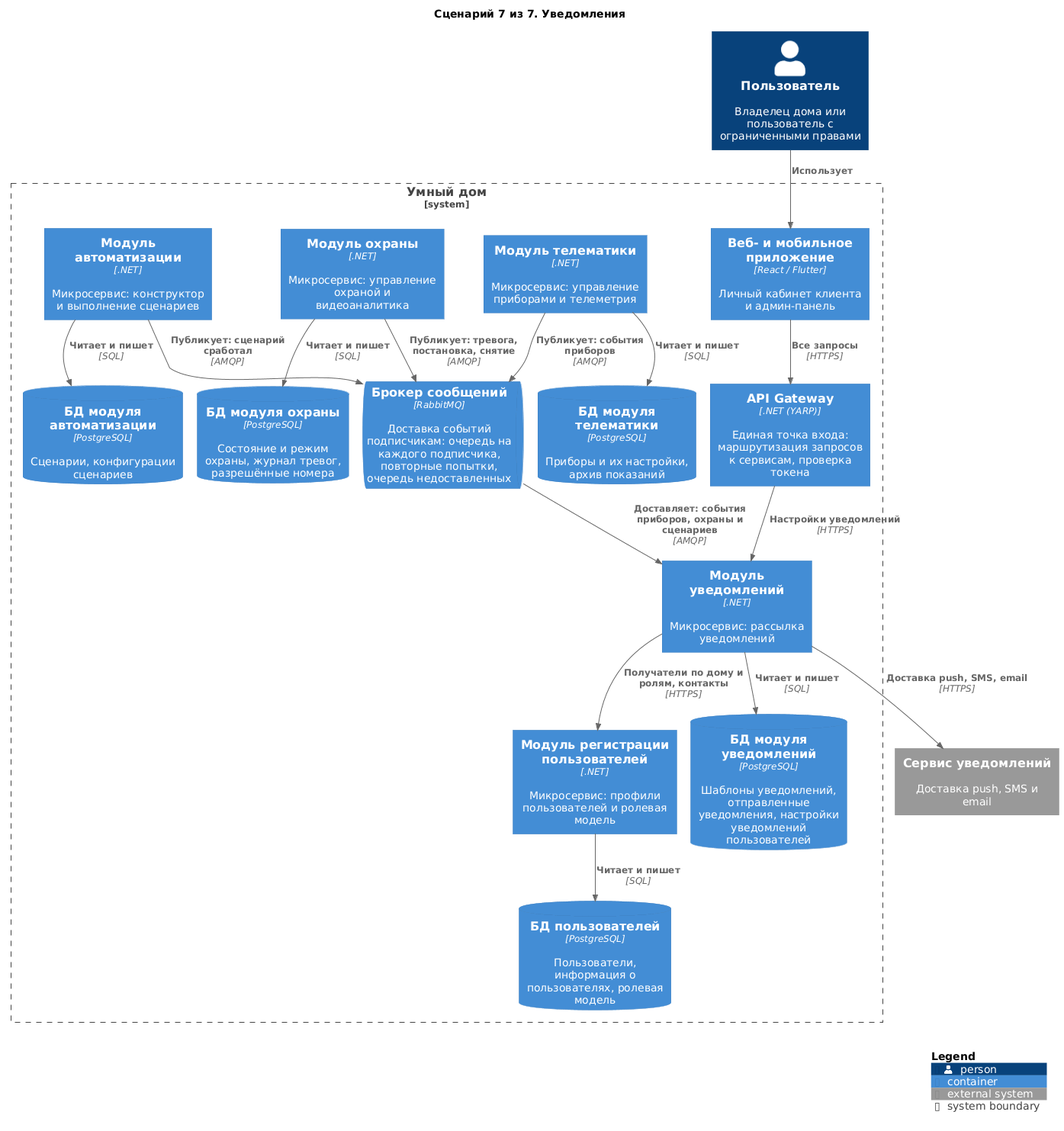
This is diagrams/containers-scenarios/07-notifications.png from Lyamin-av/architecture-warmhouse, a PlantUML export, as it was before one commit. The source it was exported from:
```plantuml
@startuml 07-notifications
!include <C4/C4_Container>

title Сценарий 7 из 7. Уведомления

Person(user, "Пользователь", "Владелец дома или пользователь с ограниченными правами")

System_Boundary(Warmhouse, "Умный дом") {
    Container(apps, "Веб- и мобильное приложение", "React / Flutter", "Личный кабинет клиента и админ-панель")
    Container(Gateway, "API Gateway", ".NET (YARP)", "Единая точка входа: маршрутизация запросов к сервисам, проверка токена")
    Container(Notification, "Модуль уведомлений", ".NET", "Микросервис: рассылка уведомлений")
    Container(Users, "Модуль регистрации пользователей", ".NET", "Микросервис: профили пользователей и ролевая модель")
    ContainerQueue(Broker, "Брокер сообщений", "RabbitMQ", "Доставка событий подписчикам: очередь на каждого подписчика, повторные попытки, очередь недоставленных")
    Container(Telematics, "Модуль телематики", ".NET", "Микросервис: управление приборами и телеметрия")
    Container(Security, "Модуль охраны", ".NET", "Микросервис: управление охраной и видеоаналитика")
    Container(Automation, "Модуль автоматизации", ".NET", "Микросервис: конструктор и выполнение сценариев")
    ContainerDb(dbSecurity, "БД модуля охраны", "PostgreSQL", "Состояние и режим охраны, журнал тревог, разрешённые номера")
    ContainerDb(dbTelematics, "БД модуля телематики", "PostgreSQL", "Приборы и их настройки, архив показаний")
    ContainerDb(dbAuto, "БД модуля автоматизации", "PostgreSQL", "Сценарии, конфигурации сценариев")
    ContainerDb(dbNot, "БД модуля уведомлений", "PostgreSQL", "Шаблоны уведомлений, отправленные уведомления, настройки уведомлений пользователей")
    ContainerDb(dbUsers, "БД пользователей", "PostgreSQL", "Пользователи, информация о пользователях, ролевая модель")
}

System_Ext(notify, "Сервис уведомлений", "Доставка push, SMS и email")

Rel(user, apps, "Использует")
Rel(apps, Gateway, "Все запросы", "HTTPS")
Rel(Gateway, Notification, "Настройки уведомлений", "HTTPS")
Rel(Telematics, Broker, "Публикует: события приборов", "AMQP")
Rel(Security, Broker, "Публикует: тревога, постановка, снятие", "AMQP")
Rel(Automation, Broker, "Публикует: сценарий сработал", "AMQP")
Rel(Broker, Notification, "Доставляет: события приборов, охраны и сценариев", "AMQP")
Rel(Notification, Users, "Получатели по дому и ролям, контакты", "HTTPS")
Rel(Notification, notify, "Доставка push, SMS, email", "HTTPS")

Rel(Security, dbSecurity, "Читает и пишет", "SQL")
Rel(Telematics, dbTelematics, "Читает и пишет", "SQL")
Rel(Automation, dbAuto, "Читает и пишет", "SQL")
Rel(Notification, dbNot, "Читает и пишет", "SQL")
Rel(Users, dbUsers, "Читает и пишет", "SQL")

SHOW_LEGEND()
@enduml
```
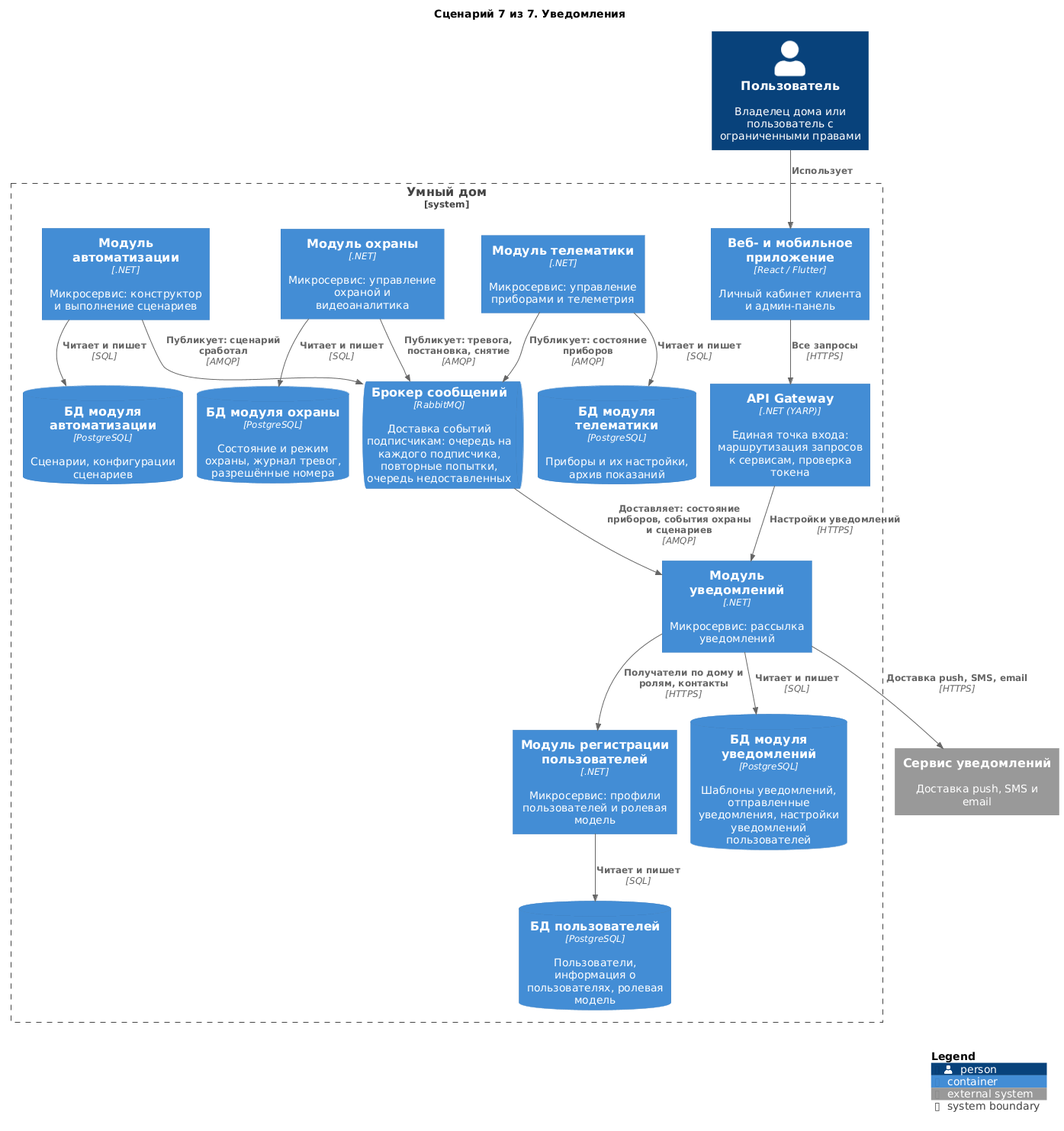
After the commit.

Commit message:
C4: компоненты модуля уведомлений; уведомления только о состоянии приборов

Diff of the diagram source:
```diff
@@ -26,10 +26,10 @@
 Rel(user, apps, "Использует")
 Rel(apps, Gateway, "Все запросы", "HTTPS")
 Rel(Gateway, Notification, "Настройки уведомлений", "HTTPS")
-Rel(Telematics, Broker, "Публикует: события приборов", "AMQP")
+Rel(Telematics, Broker, "Публикует: состояние приборов", "AMQP")
 Rel(Security, Broker, "Публикует: тревога, постановка, снятие", "AMQP")
 Rel(Automation, Broker, "Публикует: сценарий сработал", "AMQP")
-Rel(Broker, Notification, "Доставляет: события приборов, охраны и сценариев", "AMQP")
+Rel(Broker, Notification, "Доставляет: состояние приборов, события охраны и сценариев", "AMQP")
 Rel(Notification, Users, "Получатели по дому и ролям, контакты", "HTTPS")
 Rel(Notification, notify, "Доставка push, SMS, email", "HTTPS")
 
```
